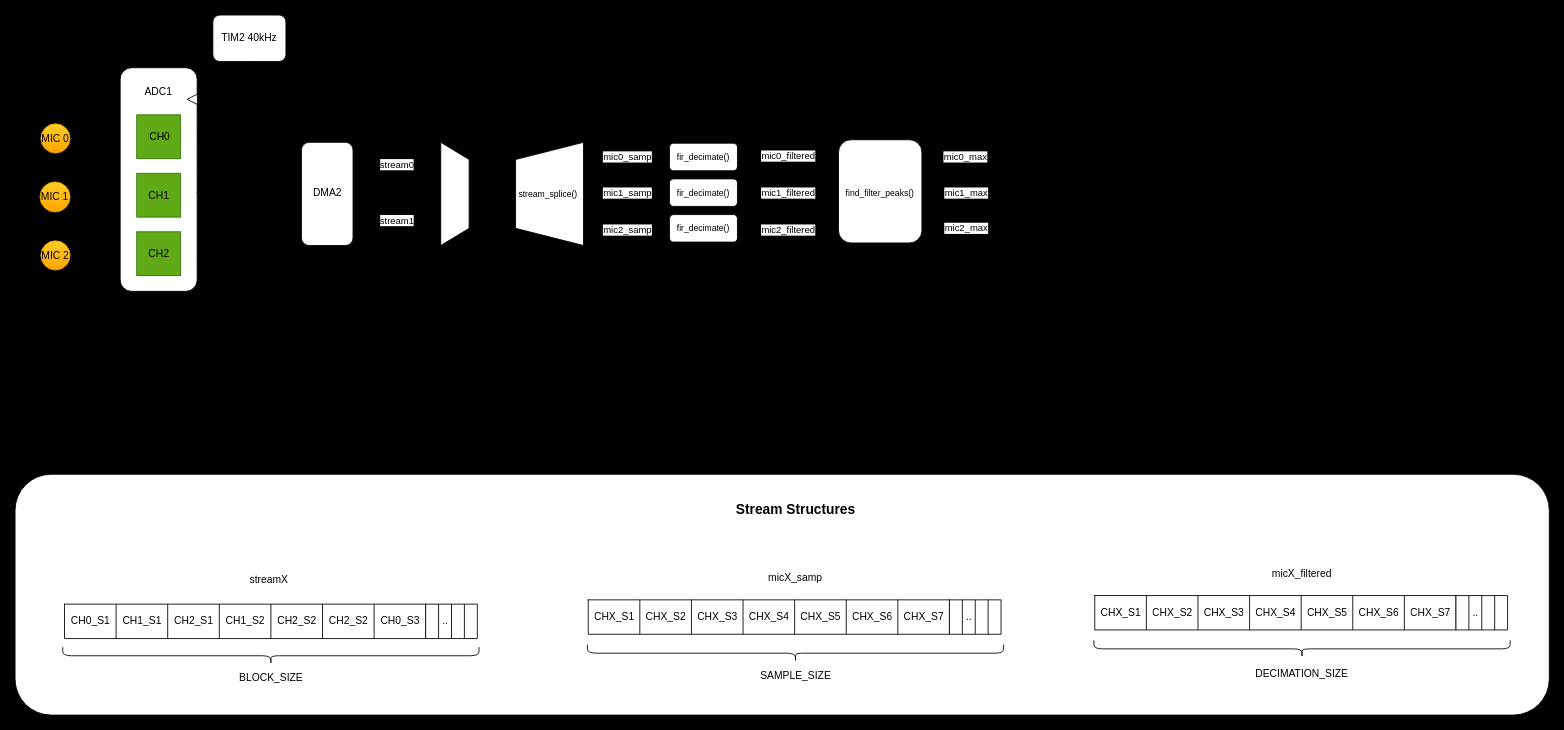
This is misc/echo_locate_block.drawio from tynix5/echo_locate, a draw.io file, before an edit. Source tidied: cells renumbered, new cells numbered last; positions are measured from the earlier drawing's top-left corner, leaving out a move shared by most shapes. Both pictures are drawn from the tidied source at 86%, with x=0, y=0 at pixel (15, 15).
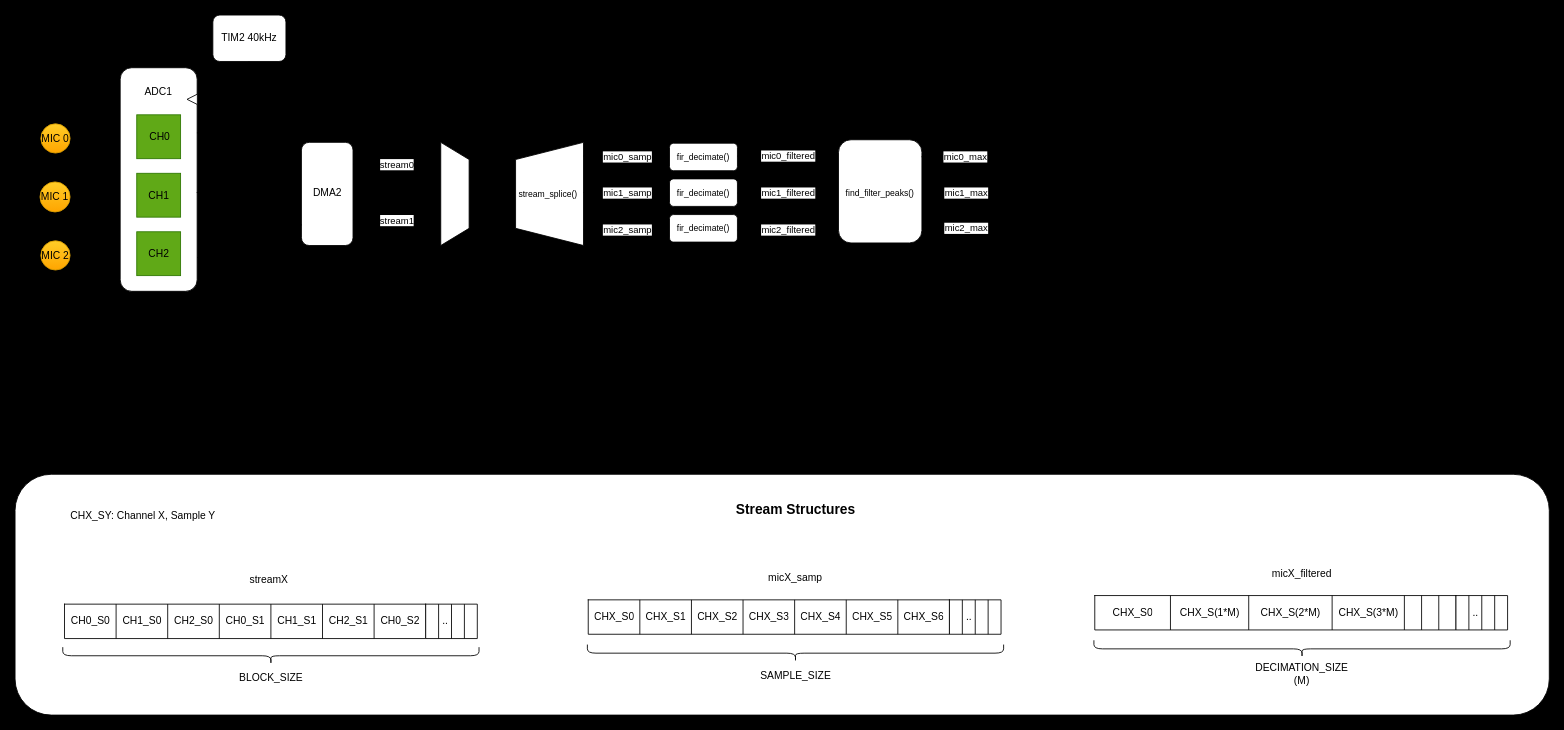
The same page after the edit.

Commit message (it also covers changes not shown here):
Plotting points on Python. Relative positions correct, exact positions are wrong. Added a block diagram

Unchanged cells that the change refers to:
```xml
<mxCell id="44" style="shape=tableRow;horizontal=0;startSize=0;swimlaneHead=0;swimlaneBody=0;strokeColor=inherit;top=0;left=0;bottom=0;right=0;fillColor=none;" parent="43" vertex="1">
  <mxGeometry width="420" height="40" as="geometry" />
</mxCell>
<mxCell id="62" style="shape=tableRow;horizontal=0;startSize=0;swimlaneHead=0;swimlaneBody=0;strokeColor=inherit;top=0;left=0;bottom=0;right=0;fillColor=none;" parent="61" vertex="1">
  <mxGeometry width="420" height="40" as="geometry" />
</mxCell>
<mxCell id="87" style="shape=tableRow;horizontal=0;startSize=0;swimlaneHead=0;swimlaneBody=0;strokeColor=inherit;top=0;left=0;bottom=0;right=0;fillColor=none;" parent="86" vertex="1">
  <mxGeometry width="420" height="40" as="geometry" />
</mxCell>
```

What changed in the source:
```diff
@@
-    <mxCell id="45" value="CH0_S1" style="shape=partialRectangle;html=1;whiteSpace=wrap;strokeColor=inherit;overflow=hidden;fillColor=none;top=0;left=0;bottom=0;right=0;" parent="44" vertex="1">
+    <mxCell id="45" value="CH0_S0" style="shape=partialRectangle;html=1;whiteSpace=wrap;strokeColor=inherit;overflow=hidden;fillColor=none;top=0;left=0;bottom=0;right=0;" parent="44" vertex="1">
       <mxGeometry width="60" height="40" as="geometry" />
     </mxCell>
-    <mxCell id="46" value="CH1_S1" style="shape=partialRectangle;html=1;whiteSpace=wrap;strokeColor=inherit;overflow=hidden;fillColor=none;top=0;left=0;bottom=0;right=0;" parent="44" vertex="1">
+    <mxCell id="46" value="CH1_S0" style="shape=partialRectangle;html=1;whiteSpace=wrap;strokeColor=inherit;overflow=hidden;fillColor=none;top=0;left=0;bottom=0;right=0;" parent="44" vertex="1">
       <mxGeometry x="60" width="60" height="40" as="geometry" />
     </mxCell>
-    <mxCell id="47" value="CH2_S1" style="shape=partialRectangle;html=1;whiteSpace=wrap;strokeColor=inherit;overflow=hidden;fillColor=none;top=0;left=0;bottom=0;right=0;" parent="44" vertex="1">
+    <mxCell id="47" value="CH2_S0" style="shape=partialRectangle;html=1;whiteSpace=wrap;strokeColor=inherit;overflow=hidden;fillColor=none;top=0;left=0;bottom=0;right=0;" parent="44" vertex="1">
       <mxGeometry x="120" width="60" height="40" as="geometry" />
     </mxCell>
-    <mxCell id="48" value="CH1_S2" style="shape=partialRectangle;html=1;whiteSpace=wrap;strokeColor=inherit;overflow=hidden;fillColor=none;top=0;left=0;bottom=0;right=0;" parent="44" vertex="1">
+    <mxCell id="48" value="CH0_S1" style="shape=partialRectangle;html=1;whiteSpace=wrap;strokeColor=inherit;overflow=hidden;fillColor=none;top=0;left=0;bottom=0;right=0;" parent="44" vertex="1">
       <mxGeometry x="180" width="60" height="40" as="geometry" />
     </mxCell>
-    <mxCell id="49" value="CH2_S2" style="shape=partialRectangle;html=1;whiteSpace=wrap;strokeColor=inherit;overflow=hidden;fillColor=none;top=0;left=0;bottom=0;right=0;" parent="44" vertex="1">
+    <mxCell id="49" value="CH1_S1" style="shape=partialRectangle;html=1;whiteSpace=wrap;strokeColor=inherit;overflow=hidden;fillColor=none;top=0;left=0;bottom=0;right=0;" parent="44" vertex="1">
       <mxGeometry x="240" width="60" height="40" as="geometry" />
     </mxCell>
-    <mxCell id="50" value="CH2_S2" style="shape=partialRectangle;html=1;whiteSpace=wrap;strokeColor=inherit;overflow=hidden;fillColor=none;top=0;left=0;bottom=0;right=0;" parent="44" vertex="1">
+    <mxCell id="50" value="CH2_S1" style="shape=partialRectangle;html=1;whiteSpace=wrap;strokeColor=inherit;overflow=hidden;fillColor=none;top=0;left=0;bottom=0;right=0;" parent="44" vertex="1">
       <mxGeometry x="300" width="60" height="40" as="geometry" />
     </mxCell>
-    <mxCell id="51" value="CH0_S3" style="shape=partialRectangle;html=1;whiteSpace=wrap;strokeColor=inherit;overflow=hidden;fillColor=none;top=0;left=0;bottom=0;right=0;" parent="44" vertex="1">
+    <mxCell id="51" value="CH0_S2" style="shape=partialRectangle;html=1;whiteSpace=wrap;strokeColor=inherit;overflow=hidden;fillColor=none;top=0;left=0;bottom=0;right=0;" parent="44" vertex="1">
       <mxGeometry x="360" width="60" height="40" as="geometry" />
     </mxCell>
@@
-    <mxCell id="63" value="CHX_S1" style="shape=partialRectangle;html=1;whiteSpace=wrap;strokeColor=inherit;overflow=hidden;fillColor=none;top=0;left=0;bottom=0;right=0;" parent="62" vertex="1">
+    <mxCell id="63" value="CHX_S0" style="shape=partialRectangle;html=1;whiteSpace=wrap;strokeColor=inherit;overflow=hidden;fillColor=none;top=0;left=0;bottom=0;right=0;" parent="62" vertex="1">
       <mxGeometry width="60" height="40" as="geometry" />
     </mxCell>
-    <mxCell id="64" value="CHX_S2" style="shape=partialRectangle;html=1;whiteSpace=wrap;strokeColor=inherit;overflow=hidden;fillColor=none;top=0;left=0;bottom=0;right=0;" parent="62" vertex="1">
+    <mxCell id="64" value="CHX_S1" style="shape=partialRectangle;html=1;whiteSpace=wrap;strokeColor=inherit;overflow=hidden;fillColor=none;top=0;left=0;bottom=0;right=0;" parent="62" vertex="1">
       <mxGeometry x="60" width="60" height="40" as="geometry" />
     </mxCell>
-    <mxCell id="65" value="CHX_S3" style="shape=partialRectangle;html=1;whiteSpace=wrap;strokeColor=inherit;overflow=hidden;fillColor=none;top=0;left=0;bottom=0;right=0;" parent="62" vertex="1">
+    <mxCell id="65" value="CHX_S2" style="shape=partialRectangle;html=1;whiteSpace=wrap;strokeColor=inherit;overflow=hidden;fillColor=none;top=0;left=0;bottom=0;right=0;" parent="62" vertex="1">
       <mxGeometry x="120" width="60" height="40" as="geometry" />
     </mxCell>
-    <mxCell id="66" value="CHX_S4" style="shape=partialRectangle;html=1;whiteSpace=wrap;strokeColor=inherit;overflow=hidden;fillColor=none;top=0;left=0;bottom=0;right=0;" parent="62" vertex="1">
+    <mxCell id="66" value="CHX_S3" style="shape=partialRectangle;html=1;whiteSpace=wrap;strokeColor=inherit;overflow=hidden;fillColor=none;top=0;left=0;bottom=0;right=0;" parent="62" vertex="1">
       <mxGeometry x="180" width="60" height="40" as="geometry" />
     </mxCell>
-    <mxCell id="67" value="CHX_S5" style="shape=partialRectangle;html=1;whiteSpace=wrap;strokeColor=inherit;overflow=hidden;fillColor=none;top=0;left=0;bottom=0;right=0;" parent="62" vertex="1">
+    <mxCell id="67" value="CHX_S4" style="shape=partialRectangle;html=1;whiteSpace=wrap;strokeColor=inherit;overflow=hidden;fillColor=none;top=0;left=0;bottom=0;right=0;" parent="62" vertex="1">
       <mxGeometry x="240" width="60" height="40" as="geometry" />
     </mxCell>
-    <mxCell id="68" value="CHX_S6" style="shape=partialRectangle;html=1;whiteSpace=wrap;strokeColor=inherit;overflow=hidden;fillColor=none;top=0;left=0;bottom=0;right=0;" parent="62" vertex="1">
+    <mxCell id="68" value="CHX_S5" style="shape=partialRectangle;html=1;whiteSpace=wrap;strokeColor=inherit;overflow=hidden;fillColor=none;top=0;left=0;bottom=0;right=0;" parent="62" vertex="1">
       <mxGeometry x="300" width="60" height="40" as="geometry" />
     </mxCell>
-    <mxCell id="69" value="CHX_S7" style="shape=partialRectangle;html=1;whiteSpace=wrap;strokeColor=inherit;overflow=hidden;fillColor=none;top=0;left=0;bottom=0;right=0;" parent="62" vertex="1">
+    <mxCell id="69" value="CHX_S6" style="shape=partialRectangle;html=1;whiteSpace=wrap;strokeColor=inherit;overflow=hidden;fillColor=none;top=0;left=0;bottom=0;right=0;" parent="62" vertex="1">
       <mxGeometry x="360" width="60" height="40" as="geometry" />
     </mxCell>
@@
-    <mxCell id="88" value="CHX_S1" style="shape=partialRectangle;html=1;whiteSpace=wrap;strokeColor=inherit;overflow=hidden;fillColor=none;top=0;left=0;bottom=0;right=0;" parent="87" vertex="1">
-      <mxGeometry width="60" height="40" as="geometry" />
+    <mxCell id="88" value="CHX_S0" style="shape=partialRectangle;html=1;whiteSpace=wrap;strokeColor=inherit;overflow=hidden;fillColor=none;top=0;left=0;bottom=0;right=0;" parent="87" vertex="1">
+      <mxGeometry width="88" height="40" as="geometry" />
     </mxCell>
-    <mxCell id="89" value="CHX_S2" style="shape=partialRectangle;html=1;whiteSpace=wrap;strokeColor=inherit;overflow=hidden;fillColor=none;top=0;left=0;bottom=0;right=0;" parent="87" vertex="1">
-      <mxGeometry x="60" width="60" height="40" as="geometry" />
+    <mxCell id="89" value="CHX_S(1*M)" style="shape=partialRectangle;html=1;whiteSpace=wrap;strokeColor=inherit;overflow=hidden;fillColor=none;top=0;left=0;bottom=0;right=0;" parent="87" vertex="1">
+      <mxGeometry x="88" width="91" height="40" as="geometry" />
     </mxCell>
-    <mxCell id="90" value="CHX_S3" style="shape=partialRectangle;html=1;whiteSpace=wrap;strokeColor=inherit;overflow=hidden;fillColor=none;top=0;left=0;bottom=0;right=0;" parent="87" vertex="1">
-      <mxGeometry x="120" width="60" height="40" as="geometry" />
+    <mxCell id="90" value="CHX_S(2*M)" style="shape=partialRectangle;html=1;whiteSpace=wrap;strokeColor=inherit;overflow=hidden;fillColor=none;top=0;left=0;bottom=0;right=0;" parent="87" vertex="1">
+      <mxGeometry x="179" width="97" height="40" as="geometry" />
     </mxCell>
-    <mxCell id="91" value="CHX_S4" style="shape=partialRectangle;html=1;whiteSpace=wrap;strokeColor=inherit;overflow=hidden;fillColor=none;top=0;left=0;bottom=0;right=0;" parent="87" vertex="1">
-      <mxGeometry x="180" width="60" height="40" as="geometry" />
+    <mxCell id="91" value="CHX_S(3*M)" style="shape=partialRectangle;html=1;whiteSpace=wrap;strokeColor=inherit;overflow=hidden;fillColor=none;top=0;left=0;bottom=0;right=0;" parent="87" vertex="1">
+      <mxGeometry x="276" width="84" height="40" as="geometry" />
     </mxCell>
-    <mxCell id="92" value="CHX_S5" style="shape=partialRectangle;html=1;whiteSpace=wrap;strokeColor=inherit;overflow=hidden;fillColor=none;top=0;left=0;bottom=0;right=0;" parent="87" vertex="1">
-      <mxGeometry x="240" width="60" height="40" as="geometry" />
+    <mxCell id="92" style="shape=partialRectangle;html=1;whiteSpace=wrap;strokeColor=inherit;overflow=hidden;fillColor=none;top=0;left=0;bottom=0;right=0;" parent="87" vertex="1">
+      <mxGeometry x="360" width="20" height="40" as="geometry" />
     </mxCell>
-    <mxCell id="93" value="CHX_S6" style="shape=partialRectangle;html=1;whiteSpace=wrap;strokeColor=inherit;overflow=hidden;fillColor=none;top=0;left=0;bottom=0;right=0;" parent="87" vertex="1">
-      <mxGeometry x="300" width="60" height="40" as="geometry" />
+    <mxCell id="93" style="shape=partialRectangle;html=1;whiteSpace=wrap;strokeColor=inherit;overflow=hidden;fillColor=none;top=0;left=0;bottom=0;right=0;" parent="87" vertex="1">
+      <mxGeometry x="380" width="20" height="40" as="geometry" />
     </mxCell>
-    <mxCell id="94" value="CHX_S7" style="shape=partialRectangle;html=1;whiteSpace=wrap;strokeColor=inherit;overflow=hidden;fillColor=none;top=0;left=0;bottom=0;right=0;" parent="87" vertex="1">
-      <mxGeometry x="360" width="60" height="40" as="geometry" />
+    <mxCell id="94" style="shape=partialRectangle;html=1;whiteSpace=wrap;strokeColor=inherit;overflow=hidden;fillColor=none;top=0;left=0;bottom=0;right=0;" parent="87" vertex="1">
+      <mxGeometry x="400" width="20" height="40" as="geometry" />
     </mxCell>
@@
-    <mxCell id="102" value="DECIMATION_SIZE" style="text;html=1;align=center;verticalAlign=middle;whiteSpace=wrap;rounded=0;" parent="1" vertex="1">
+    <mxCell id="102" value="DECIMATION_SIZE (M)" style="text;html=1;align=center;verticalAlign=middle;whiteSpace=wrap;rounded=0;" parent="1" vertex="1">
       <mxGeometry x="1438" y="751" width="117" height="30" as="geometry" />
     </mxCell>
@@
+    <mxCell id="113" value="CHX_SY: Channel X, Sample Y" style="text;html=1;align=center;verticalAlign=middle;whiteSpace=wrap;rounded=0;" parent="1" vertex="1">
+      <mxGeometry x="57.5" y="568" width="181.5" height="30" as="geometry" />
+    </mxCell>
```
